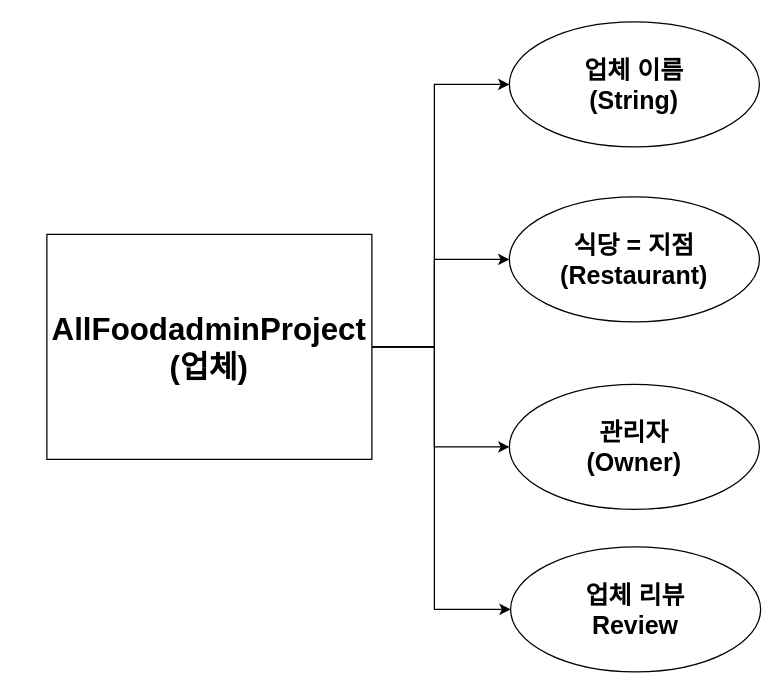
Above: Untitled Diagram.drawio in kingdomunder/21-07-17project-mini00 (draw.io), before the change. Source tidied: cells renumbered, new cells numbered last; positions are measured from the earlier drawing's top-left corner, leaving out a move shared by most shapes. Both pictures are drawn from the tidied source at 125%, with x=0, y=0 at pixel (46, 21).
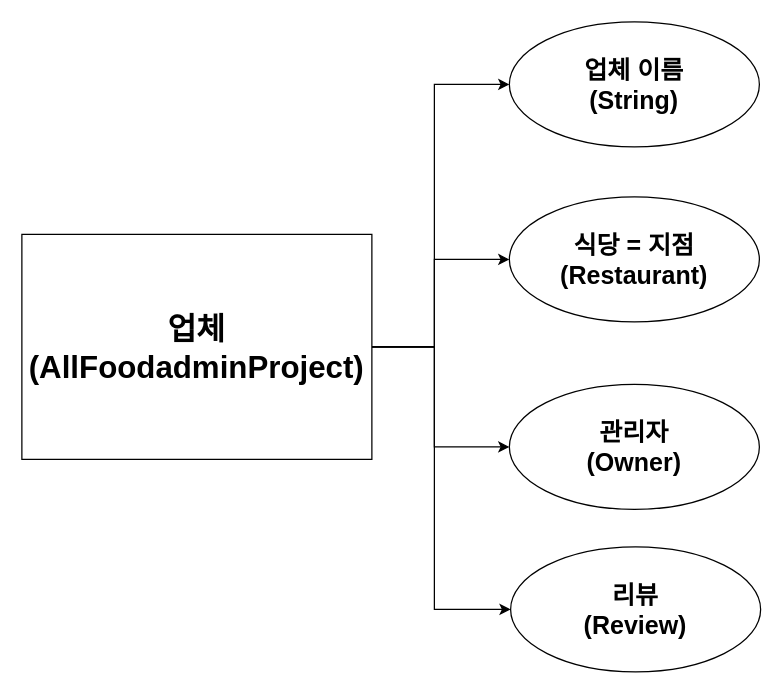
Above is the later version.

What changed in the source:
```diff
@@
 <mxGraphModel>
   <root>
     <mxCell id="0" />
     <mxCell id="1" parent="0" />
     <mxCell id="2" style="edgeStyle=orthogonalEdgeStyle;rounded=0;jettySize=auto;html=1;fontSize=25;" parent="1" edge="1" source="6" target="7">
       <mxGeometry relative="1" as="geometry">
         <Array as="points">
           <mxPoint x="310" y="260" />
           <mxPoint x="310" y="190" />
         </Array>
       </mxGeometry>
     </mxCell>
     <mxCell id="3" style="edgeStyle=orthogonalEdgeStyle;rounded=0;jettySize=auto;html=1;fontSize=25;entryX=0;entryY=0.5;entryDx=0;entryDy=0;" parent="1" edge="1" source="6" target="8">
       <mxGeometry relative="1" as="geometry">
         <Array as="points">
           <mxPoint x="310" y="260" />
           <mxPoint x="310" y="50" />
         </Array>
       </mxGeometry>
     </mxCell>
     <mxCell id="4" style="edgeStyle=orthogonalEdgeStyle;rounded=0;jettySize=auto;html=1;fontSize=25;entryX=0;entryY=0.5;entryDx=0;entryDy=0;" parent="1" edge="1" source="6" target="10">
       <mxGeometry relative="1" as="geometry">
         <Array as="points">
           <mxPoint x="310" y="260" />
           <mxPoint x="310" y="470" />
         </Array>
       </mxGeometry>
     </mxCell>
     <mxCell id="5" style="edgeStyle=orthogonalEdgeStyle;rounded=0;jettySize=auto;html=1;fontSize=25;" parent="1" edge="1" source="6" target="9">
       <mxGeometry relative="1" as="geometry">
         <Array as="points">
           <mxPoint x="310" y="260" />
           <mxPoint x="310" y="340" />
         </Array>
       </mxGeometry>
     </mxCell>
-    <mxCell id="6" value="AllFoodadminProject&lt;br style=&quot;font-size: 25px;&quot;&gt;(업체)" style="rounded=0;whiteSpace=wrap;html=1;fontSize=25;fontStyle=1;" parent="1" vertex="1">
-      <mxGeometry y="170" width="260" height="180" as="geometry" />
+    <mxCell id="6" value="업체&lt;br&gt;(AllFoodadminProject)&lt;br style=&quot;font-size: 25px&quot;&gt;" style="rounded=0;whiteSpace=wrap;html=1;fontSize=25;fontStyle=1;" parent="1" vertex="1">
+      <mxGeometry x="-20" y="170" width="280" height="180" as="geometry" />
     </mxCell>
     <mxCell id="7" value="&lt;span&gt;식당 = 지점&lt;/span&gt;&lt;br&gt;&lt;span&gt;(Restaurant)&lt;/span&gt;" style="ellipse;whiteSpace=wrap;html=1;rounded=0;fontSize=20;fontStyle=1;" parent="1" vertex="1">
       <mxGeometry x="370" y="140" width="200" height="100" as="geometry" />
     </mxCell>
     <mxCell id="8" value="업체 이름&lt;br&gt;(String)" style="ellipse;whiteSpace=wrap;html=1;rounded=0;fontSize=20;fontStyle=1;" parent="1" vertex="1">
       <mxGeometry x="370" width="200" height="100" as="geometry" />
     </mxCell>
     <mxCell id="9" value="&lt;span&gt;관리자&lt;/span&gt;&lt;br&gt;&lt;span&gt;(Owner)&lt;/span&gt;" style="ellipse;whiteSpace=wrap;html=1;rounded=0;fontSize=20;fontStyle=1;" parent="1" vertex="1">
       <mxGeometry x="370" y="290" width="200" height="100" as="geometry" />
     </mxCell>
-    <mxCell id="10" value="업체 리뷰&lt;br&gt;Review" style="ellipse;whiteSpace=wrap;html=1;rounded=0;fontSize=20;fontStyle=1;" parent="1" vertex="1">
+    <mxCell id="10" value="리뷰&lt;br&gt;(Review)" style="ellipse;whiteSpace=wrap;html=1;rounded=0;fontSize=20;fontStyle=1;" parent="1" vertex="1">
       <mxGeometry x="371" y="420" width="200" height="100" as="geometry" />
     </mxCell>
   </root>
 </mxGraphModel>
```
